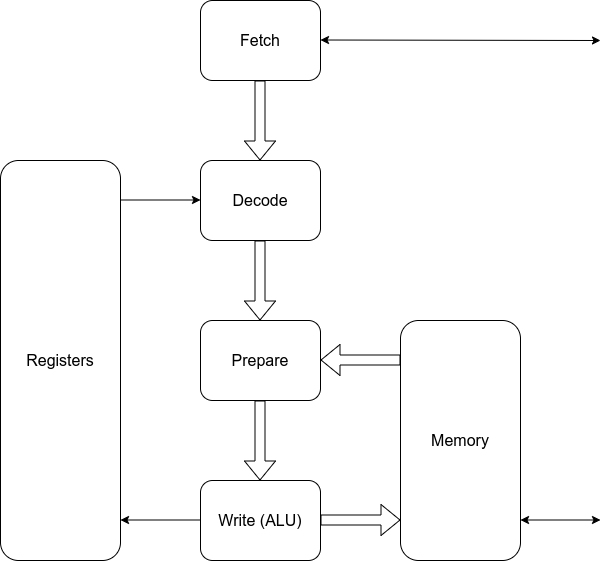
The draw.io diagram doc/cpu.png in MJoergen/qnice_cpu, before a commit. Source tidied: cells renumbered, new cells last; positions are measured from the earlier drawing's top-left corner, leaving out a move shared by most shapes.
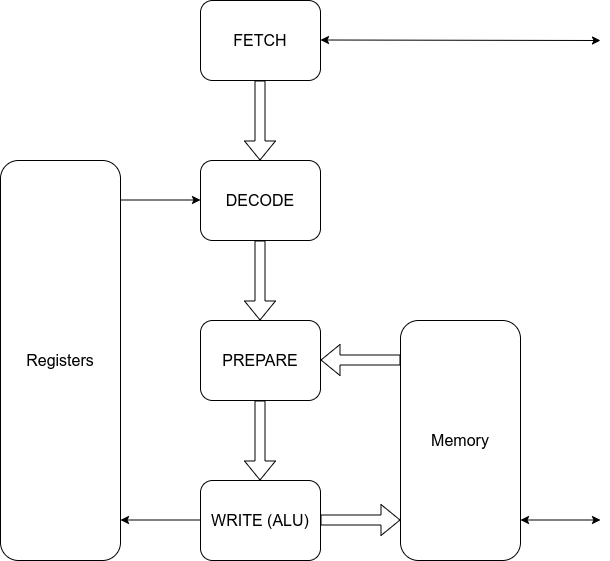
After the change.

Diff of the diagram source:
```diff
@@ -2,13 +2,13 @@
   <root>
     <mxCell id="0" />
     <mxCell id="1" parent="0" />
-    <mxCell id="2" value="&lt;font style=&quot;font-size: 16px&quot;&gt;Fetch&lt;/font&gt;" style="rounded=1;whiteSpace=wrap;html=1;" parent="1" vertex="1">
+    <mxCell id="2" value="&lt;font style=&quot;font-size: 16px&quot;&gt;FETCH&lt;/font&gt;" style="rounded=1;whiteSpace=wrap;html=1;" parent="1" vertex="1">
       <mxGeometry x="200" width="120" height="80" as="geometry" />
     </mxCell>
-    <mxCell id="3" value="&lt;font style=&quot;font-size: 16px&quot;&gt;Decode&lt;br&gt;&lt;/font&gt;" style="rounded=1;whiteSpace=wrap;html=1;" parent="1" vertex="1">
+    <mxCell id="3" value="&lt;font style=&quot;font-size: 16px&quot;&gt;DECODE&lt;br&gt;&lt;/font&gt;" style="rounded=1;whiteSpace=wrap;html=1;" parent="1" vertex="1">
       <mxGeometry x="200" y="160" width="120" height="80" as="geometry" />
     </mxCell>
-    <mxCell id="4" value="&lt;font style=&quot;font-size: 16px&quot;&gt;Write (ALU)&lt;/font&gt;" style="rounded=1;whiteSpace=wrap;html=1;" parent="1" vertex="1">
+    <mxCell id="4" value="&lt;font style=&quot;font-size: 16px&quot;&gt;WRITE (ALU)&lt;/font&gt;" style="rounded=1;whiteSpace=wrap;html=1;" parent="1" vertex="1">
       <mxGeometry x="200" y="480" width="120" height="80" as="geometry" />
     </mxCell>
     <mxCell id="5" value="&lt;font style=&quot;font-size: 16px&quot;&gt;Registers&lt;/font&gt;" style="rounded=1;whiteSpace=wrap;html=1;" parent="1" vertex="1">
@@ -65,7 +65,7 @@
         <mxPoint x="600" y="519.5" as="targetPoint" />
       </mxGeometry>
     </mxCell>
-    <mxCell id="15" value="&lt;font style=&quot;font-size: 16px&quot;&gt;Prepare&lt;/font&gt;" style="rounded=1;whiteSpace=wrap;html=1;" parent="1" vertex="1">
+    <mxCell id="15" value="&lt;font style=&quot;font-size: 16px&quot;&gt;PREPARE&lt;/font&gt;" style="rounded=1;whiteSpace=wrap;html=1;" parent="1" vertex="1">
       <mxGeometry x="200" y="320" width="120" height="80" as="geometry" />
     </mxCell>
     <mxCell id="16" style="shape=flexArrow;endArrow=classic;html=1;" parent="1" edge="1">
```
